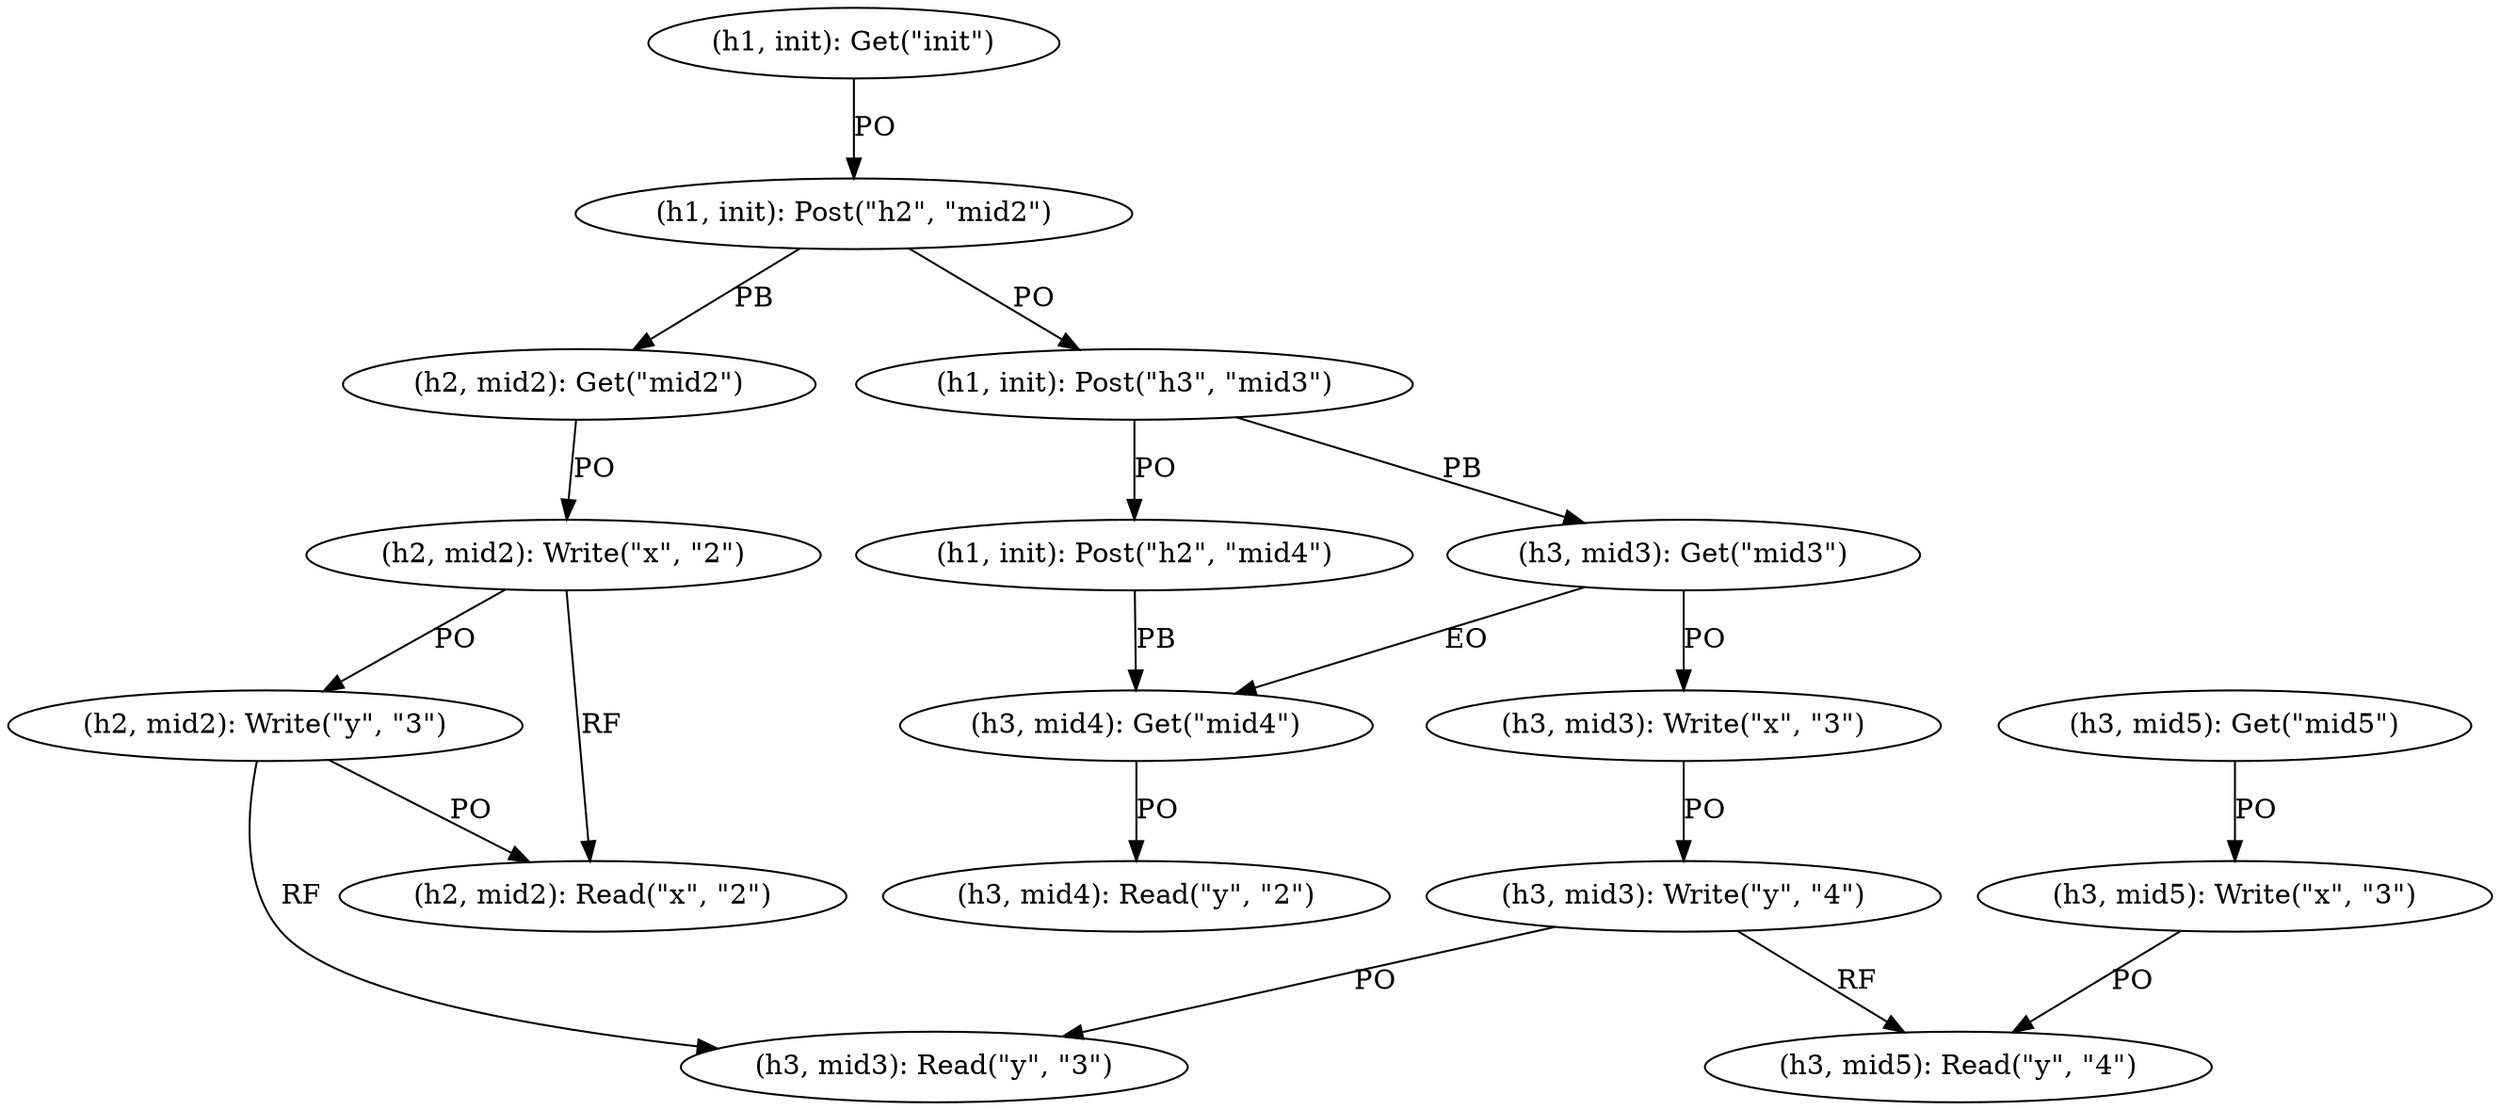
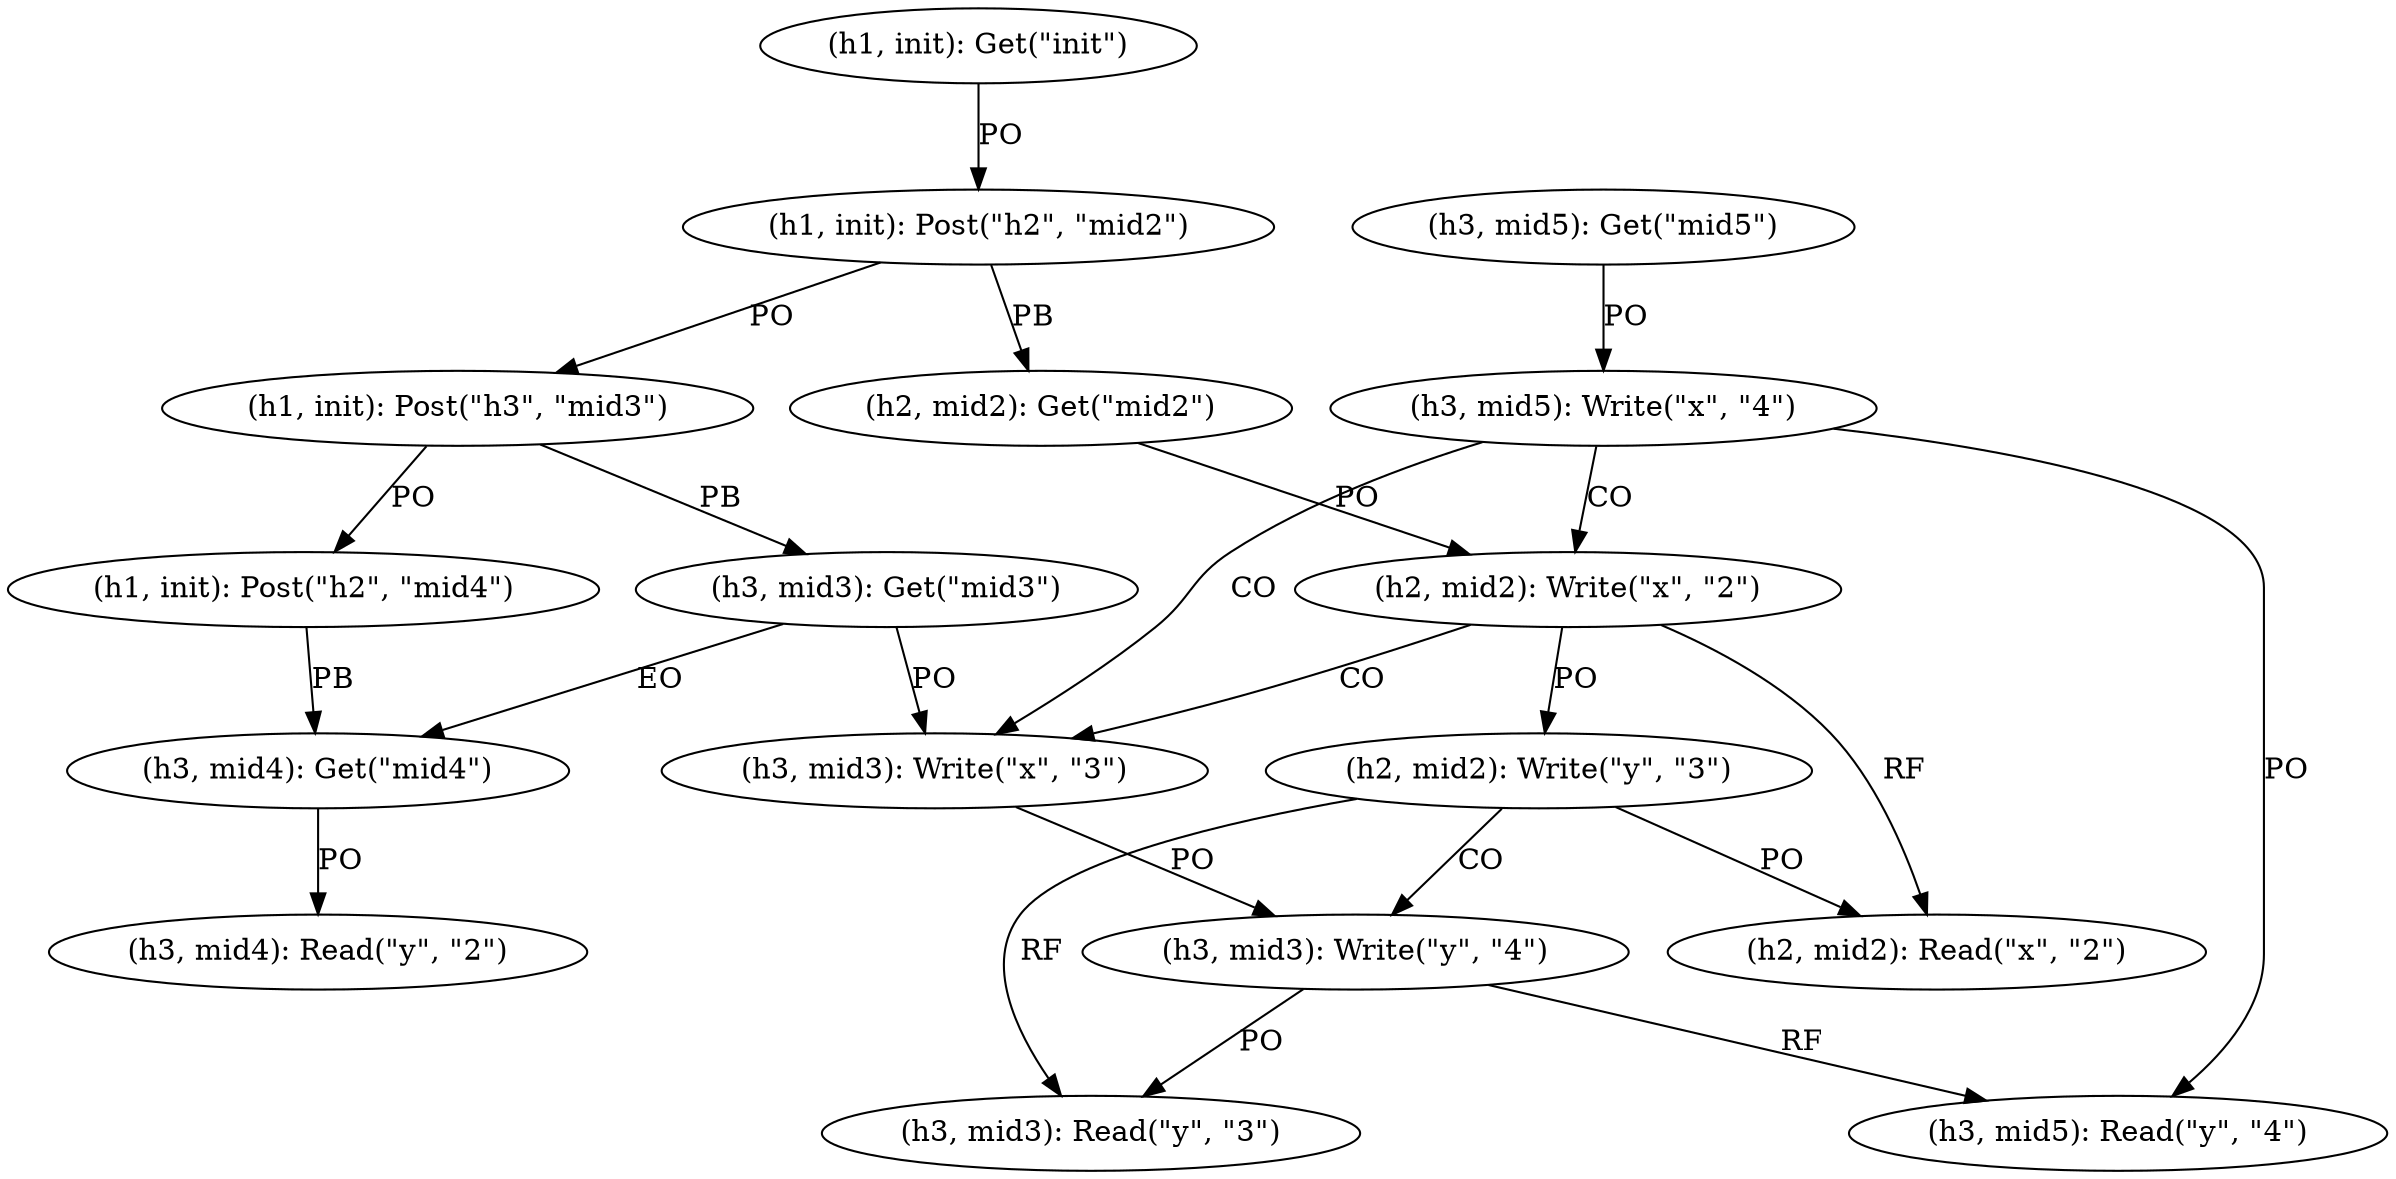
digraph {
    0 [ label = "(h1, init): Get(\"init\")" ]
    1 [ label = "(h1, init): Post(\"h2\", \"mid2\")" ]
    2 [ label = "(h1, init): Post(\"h3\", \"mid3\")" ]
    3 [ label = "(h1, init): Post(\"h2\", \"mid4\")" ]
    4 [ label = "(h2, mid2): Get(\"mid2\")" ]
    5 [ label = "(h2, mid2): Write(\"x\", \"2\")" ]
    6 [ label = "(h2, mid2): Write(\"y\", \"3\")" ]
    7 [ label = "(h2, mid2): Read(\"x\", \"2\")" ]
    8 [ label = "(h3, mid3): Get(\"mid3\")" ]
    9 [ label = "(h3, mid3): Write(\"x\", \"3\")" ]
    10 [ label = "(h3, mid3): Write(\"y\", \"4\")" ]
    11 [ label = "(h3, mid3): Read(\"y\", \"3\")" ]
    12 [ label = "(h3, mid4): Get(\"mid4\")" ]
    13 [ label = "(h3, mid4): Read(\"y\", \"2\")" ]
    14 [ label = "(h3, mid5): Get(\"mid5\")" ]
-     15 [ label = "(h3, mid5): Write(\"x\", \"3\")" ]
+     15 [ label = "(h3, mid5): Write(\"x\", \"4\")" ]
    16 [ label = "(h3, mid5): Read(\"y\", \"4\")" ]
    0 -> 1 [ label = "PO" ]
    1 -> 2 [ label = "PO" ]
    2 -> 3 [ label = "PO" ]
    4 -> 5 [ label = "PO" ]
    5 -> 6 [ label = "PO" ]
    6 -> 7 [ label = "PO" ]
    8 -> 9 [ label = "PO" ]
    9 -> 10 [ label = "PO" ]
    10 -> 11 [ label = "PO" ]
    12 -> 13 [ label = "PO" ]
    14 -> 15 [ label = "PO" ]
    15 -> 16 [ label = "PO" ]
+     5 -> 9 [ label = "CO" ]
+     6 -> 10 [ label = "CO" ]
+     15 -> 5 [ label = "CO" ]
+     15 -> 9 [ label = "CO" ]
    8 -> 12 [ label = "EO" ]
    1 -> 4 [ label = "PB" ]
    2 -> 8 [ label = "PB" ]
    3 -> 12 [ label = "PB" ]
    5 -> 7 [ label = "RF" ]
    6 -> 11 [ label = "RF" ]
    10 -> 16 [ label = "RF" ]
}
